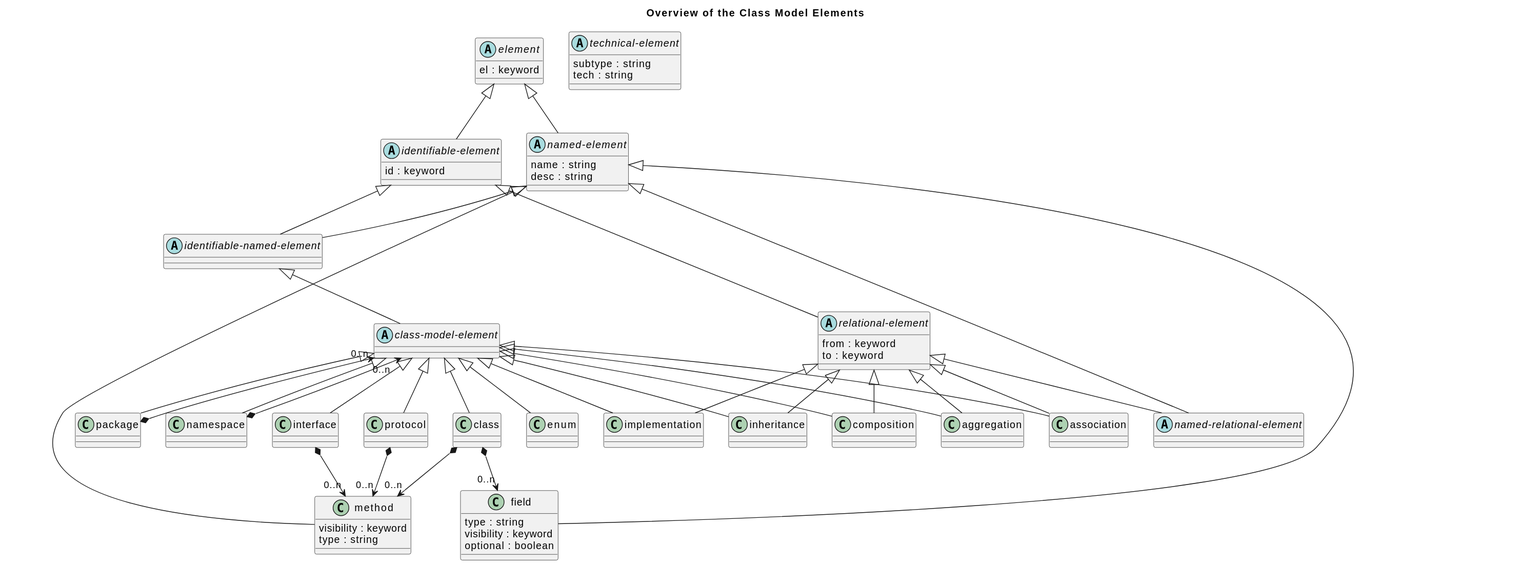
soulspace-org/overarch keeps this PlantUML diagram as doc/images/overarch_classModelElementsOverview.svg. Above is the earlier version.
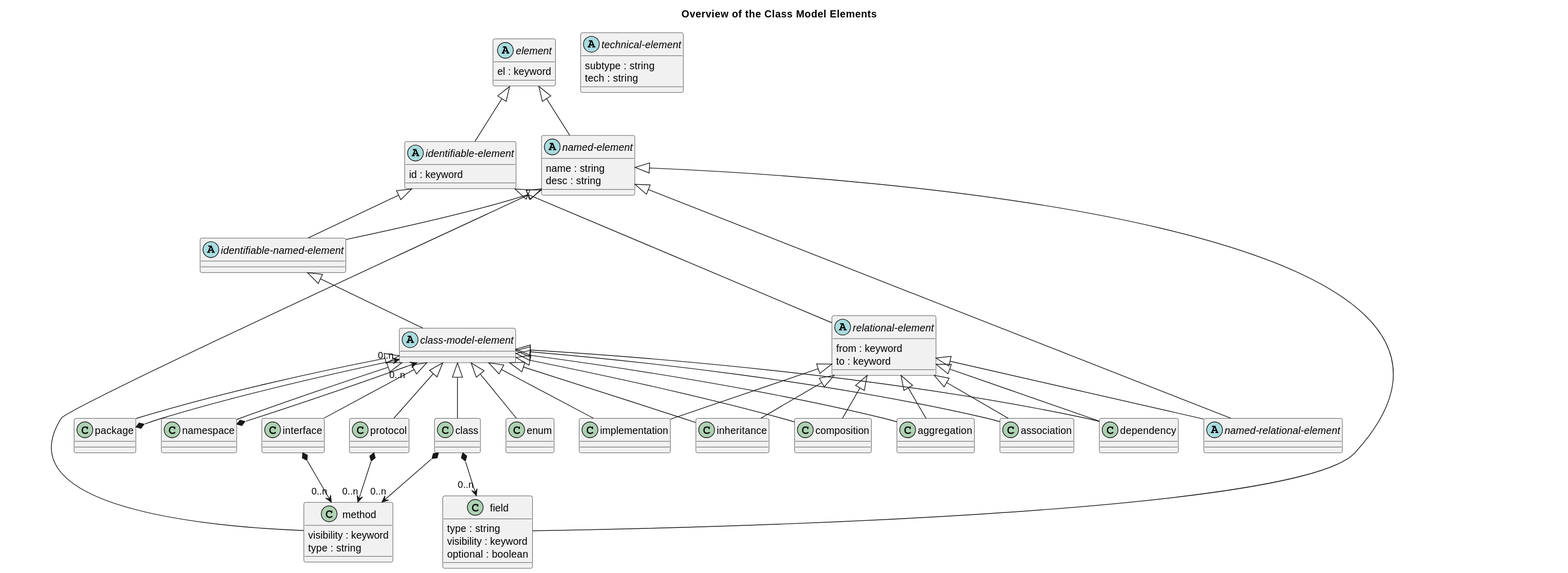
After the commit.

What changed in the source:
```diff
@@ -10,23 +10,23 @@
   name : string
   desc : string
 }
-abstract class "identifiable-named-element" as overarch_identifiableNamedElement
+abstract class "identifiable-named-element" as overarch_identifiableNamedElement {}
 abstract class "relational-element" as overarch_relationalElement {
   from : keyword
   to : keyword
 }
-abstract class "named-relational-element" as overarch_namedRelationalElement
+abstract class "named-relational-element" as overarch_namedRelationalElement {}
 abstract class "technical-element" as overarch_technicalElement {
   subtype : string
   tech : string
 }
-abstract class "class-model-element" as overarch_classModelElement
-class "package" as overarch_package
-class "namespace" as overarch_namespace
-class "interface" as overarch_interface
-class "protocol" as overarch_protocol
-class "class" as overarch_class
-class "enum" as overarch_enum
+abstract class "class-model-element" as overarch_classModelElement {}
+class "package" as overarch_package {}
+class "namespace" as overarch_namespace {}
+class "interface" as overarch_interface {}
+class "protocol" as overarch_protocol {}
+class "class" as overarch_class {}
+class "enum" as overarch_enum {}
 class "field" as overarch_field {
   type : string
   visibility : keyword
@@ -36,11 +36,12 @@
   visibility : keyword
   type : string
 }
-class "implementation" as overarch_implementation
-class "inheritance" as overarch_inheritance
-class "composition" as overarch_composition
-class "aggregation" as overarch_aggregation
-class "association" as overarch_association
+class "implementation" as overarch_implementation {}
+class "inheritance" as overarch_inheritance {}
+class "composition" as overarch_composition {}
+class "aggregation" as overarch_aggregation {}
+class "association" as overarch_association {}
+class "dependency" as overarch_dependency {}
 overarch_element <|-- overarch_identifiableElement
 overarch_element <|-- overarch_namedElement
 overarch_identifiableElement <|-- overarch_identifiableNamedElement
@@ -71,6 +72,8 @@
 overarch_classModelElement <|-- overarch_aggregation
 overarch_relationalElement <|-- overarch_association
 overarch_classModelElement <|-- overarch_association
+overarch_relationalElement <|-- overarch_dependency
+overarch_classModelElement <|-- overarch_dependency
 overarch_namedElement <|-- overarch_field
 overarch_namedElement <|-- overarch_method
 @enduml
```
